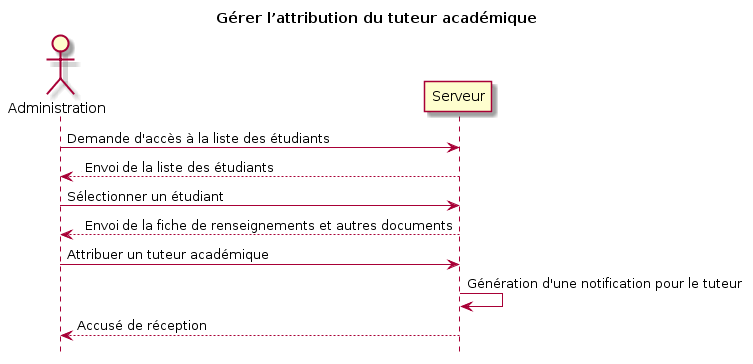
This is Diagramme/ADMIN/Gerer attribution du tuteur academique.png from Lilieon/MOCI---Projet-stage, a PlantUML export, as it was before one commit. Its diagram source:
```plantuml
@startuml
title Gérer l?attribution du tuteur académique


actor Administration


Administration  -> Serveur: Demande d'accès à la liste des étudiants
Serveur --> Administration : Envois de la liste des étudiants


Administration  -> Serveur: Sélectionner un étudiant
Serveur --> Administration : Envois de la fiche de renseignements et autres documents


Administration  -> Serveur: Attribuer un tuteur académique
Serveur -> Serveur: Génération d'une notification pour le tuteur
Serveur --> Administration : Accusé de réception


hide footbox
@enduml
```
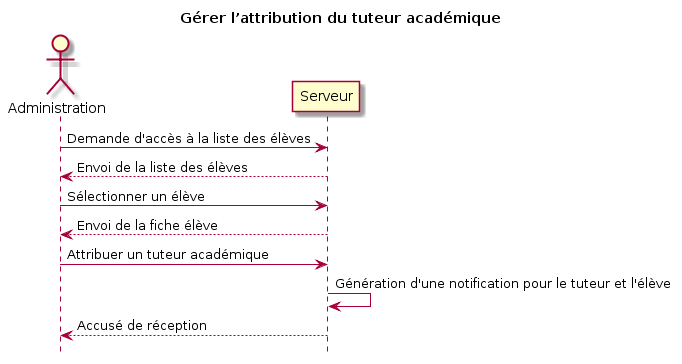
The same diagram one commit later.

What changed in the source:
```diff
@@ -5,16 +5,16 @@
 actor Administration
 
 
-Administration  -> Serveur: Demande d'accès à la liste des étudiants
-Serveur --> Administration : Envois de la liste des étudiants
+Administration  -> Serveur: Demande d'accès à la liste des élèves
+Serveur --> Administration : Envoi de la liste des élèves
 
 
-Administration  -> Serveur: Sélectionner un étudiant
-Serveur --> Administration : Envois de la fiche de renseignements et autres documents
+Administration  -> Serveur: Sélectionner un élève
+Serveur --> Administration : Envoi de la fiche élève
 
 
 Administration  -> Serveur: Attribuer un tuteur académique
-Serveur -> Serveur: Génération d'une notification pour le tuteur
+Serveur -> Serveur: Génération d'une notification pour le tuteur et l'élève
 Serveur --> Administration : Accusé de réception
 
 
```
